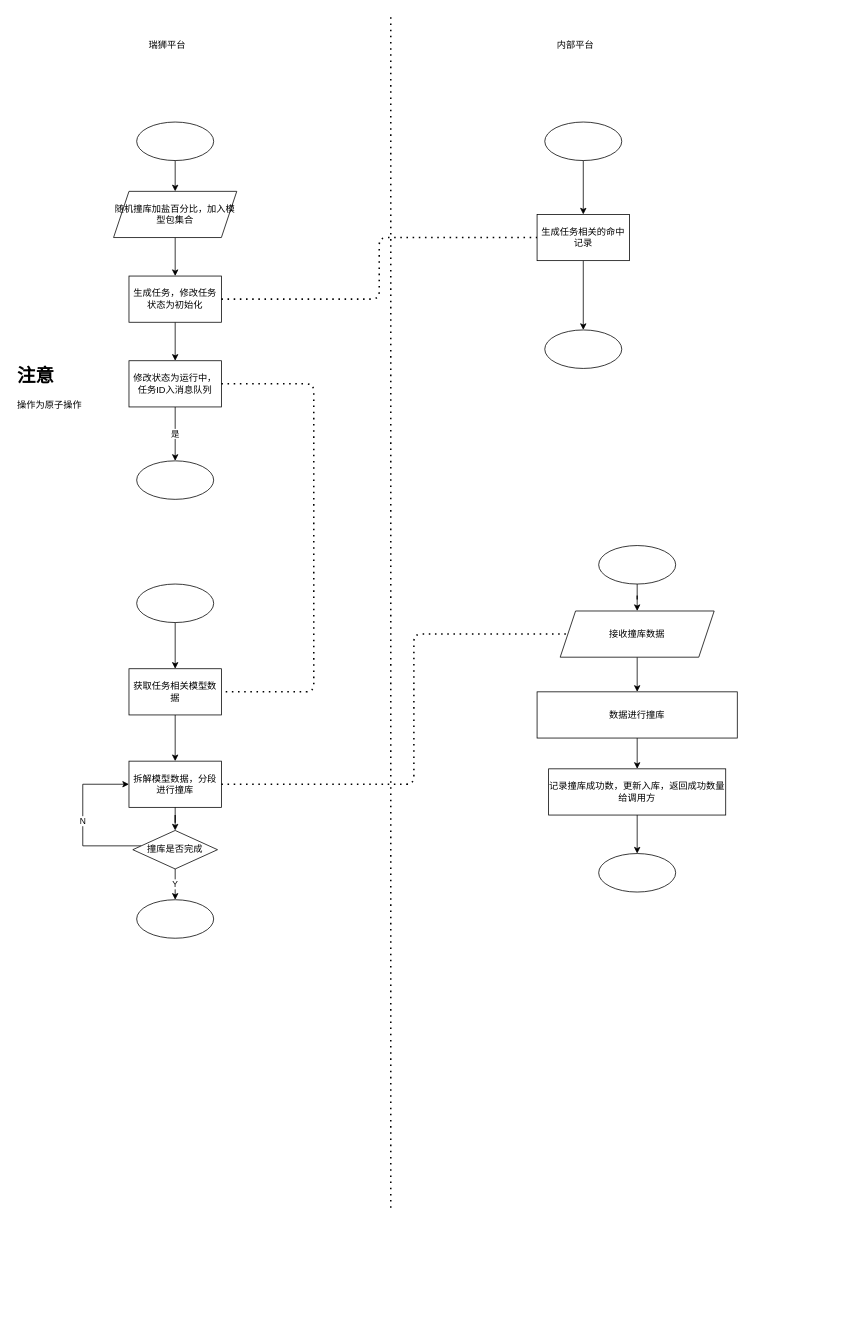
hack0303/draw.io-store keeps this draw.io diagram as 问询任务业务逻辑流程图.drawio. Above is the earlier version. Source tidied: cells renumbered, new cells numbered last; positions are measured from the earlier drawing's top-left corner, leaving out a move shared by most shapes. Both pictures are drawn from the tidied source at 77%, with x=0, y=0 at pixel (13, 14).
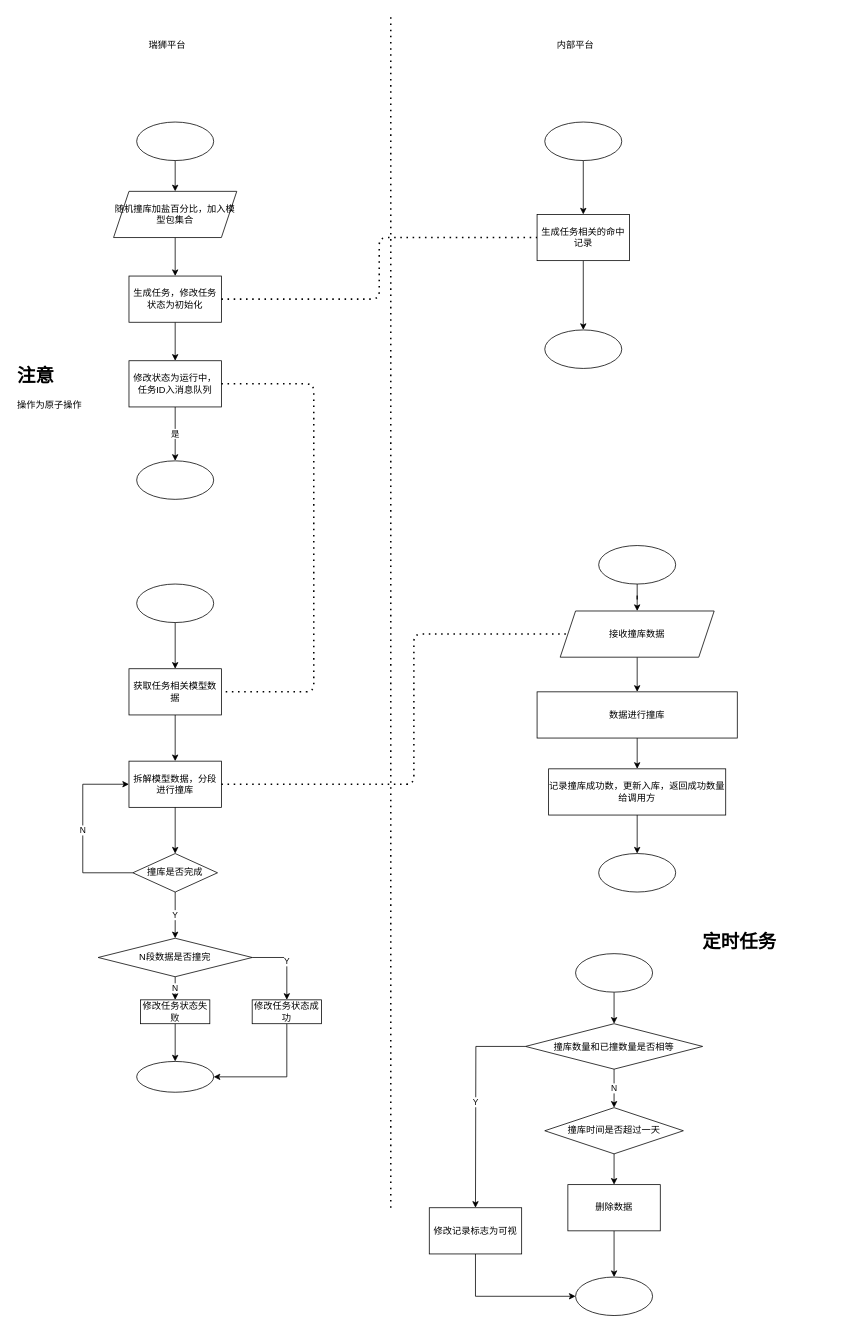
After the change.

Commit message:
Update 问询任务业务逻辑流程图.drawio

Unchanged cells that the change refers to:
```xml
<mxCell id="37" value="拆解模型数据，分段进行撞库" style="rounded=0;whiteSpace=wrap;html=1;" parent="1" vertex="1">
  <mxGeometry x="150" y="970" width="120" height="60" as="geometry" />
</mxCell>
```

Change to the diagram source:
```diff
@@
     <mxCell id="32" style="ellipse;whiteSpace=wrap;html=1;" parent="1" vertex="1">
-      <mxGeometry x="160" y="1150" width="100" height="50" as="geometry" />
+      <mxGeometry x="160" y="1360" width="100" height="40" as="geometry" />
     </mxCell>
@@
-    <mxCell id="36" value="Y" style="edgeStyle=orthogonalEdgeStyle;rounded=0;jettySize=auto;html=1;" parent="1" edge="1" source="40" target="32">
-      <mxGeometry relative="1" as="geometry" />
-    </mxCell>
@@
     <mxCell id="39" value="N" style="edgeStyle=orthogonalEdgeStyle;rounded=0;jettySize=auto;html=1;entryX=0;entryY=0.5;entryDx=0;entryDy=0;" parent="1" edge="1" source="40" target="37">
       <mxGeometry relative="1" as="geometry">
         <Array as="points">
-          <mxPoint x="90" y="1080" />
+          <mxPoint x="90" y="1115" />
           <mxPoint x="90" y="1000" />
         </Array>
       </mxGeometry>
     </mxCell>
+    <mxCell id="42" value="Y" style="edgeStyle=orthogonalEdgeStyle;rounded=0;jettySize=auto;html=1;" parent="1" edge="1" source="40" target="43">
+      <mxGeometry relative="1" as="geometry" />
+    </mxCell>
     <mxCell id="40" value="撞库是否完成" style="rhombus;whiteSpace=wrap;html=1;" parent="1" vertex="1">
-      <mxGeometry x="155" y="1060" width="110" height="50" as="geometry" />
+      <mxGeometry x="155" y="1090" width="110" height="50" as="geometry" />
     </mxCell>
@@
+    <mxCell id="43" value="N段数据是否撞完" style="rhombus;whiteSpace=wrap;html=1;" parent="1" vertex="1">
+      <mxGeometry x="110" y="1200" width="200" height="50" as="geometry" />
+    </mxCell>
+    <mxCell id="44" style="edgeStyle=orthogonalEdgeStyle;rounded=0;jettySize=auto;html=1;" parent="1" edge="1" source="45" target="32">
+      <mxGeometry relative="1" as="geometry" />
+    </mxCell>
+    <mxCell id="45" value="修改任务状态失败" style="rounded=0;whiteSpace=wrap;html=1;" parent="1" vertex="1">
+      <mxGeometry x="165" y="1280" width="90" height="31" as="geometry" />
+    </mxCell>
+    <mxCell id="46" value="N" style="edgeStyle=orthogonalEdgeStyle;rounded=0;jettySize=auto;html=1;" parent="1" edge="1" source="43" target="45">
+      <mxGeometry relative="1" as="geometry" />
+    </mxCell>
+    <mxCell id="47" style="edgeStyle=orthogonalEdgeStyle;rounded=0;jettySize=auto;html=1;entryX=1;entryY=0.5;entryDx=0;entryDy=0;" parent="1" edge="1" source="48" target="32">
+      <mxGeometry relative="1" as="geometry">
+        <Array as="points">
+          <mxPoint x="355" y="1380" />
+        </Array>
+      </mxGeometry>
+    </mxCell>
+    <mxCell id="48" value="修改任务状态成功" style="rounded=0;whiteSpace=wrap;html=1;" parent="1" vertex="1">
+      <mxGeometry x="310" y="1280" width="90" height="31" as="geometry" />
+    </mxCell>
+    <mxCell id="49" value="Y" style="edgeStyle=orthogonalEdgeStyle;rounded=0;jettySize=auto;html=1;exitX=1;exitY=0.5;exitDx=0;exitDy=0;entryX=0.5;entryY=0;entryDx=0;entryDy=0;" parent="1" edge="1" source="43" target="48">
+      <mxGeometry relative="1" as="geometry">
+        <Array as="points">
+          <mxPoint x="355" y="1225" />
+        </Array>
+      </mxGeometry>
+    </mxCell>
+    <mxCell id="50" style="edgeStyle=orthogonalEdgeStyle;rounded=0;jettySize=auto;html=1;" parent="1" edge="1" source="51" target="54">
+      <mxGeometry relative="1" as="geometry" />
+    </mxCell>
+    <mxCell id="51" style="ellipse;whiteSpace=wrap;html=1;" parent="1" vertex="1">
+      <mxGeometry x="730" y="1220" width="100" height="50" as="geometry" />
+    </mxCell>
+    <mxCell id="52" style="ellipse;whiteSpace=wrap;html=1;" parent="1" vertex="1">
+      <mxGeometry x="730" y="1640" width="100" height="50" as="geometry" />
+    </mxCell>
+    <mxCell id="53" value="Y" style="edgeStyle=orthogonalEdgeStyle;rounded=0;jettySize=auto;html=1;" parent="1" edge="1" source="54">
+      <mxGeometry relative="1" as="geometry">
+        <mxPoint x="600" y="1550" as="targetPoint" />
+      </mxGeometry>
+    </mxCell>
+    <mxCell id="54" value="撞库数量和已撞数量是否相等" style="rhombus;whiteSpace=wrap;html=1;" parent="1" vertex="1">
+      <mxGeometry x="665" y="1311" width="230" height="59" as="geometry" />
+    </mxCell>
+    <mxCell id="55" style="edgeStyle=orthogonalEdgeStyle;rounded=0;jettySize=auto;html=1;" parent="1" edge="1" source="58" target="52">
+      <mxGeometry relative="1" as="geometry" />
+    </mxCell>
+    <mxCell id="56" value="撞库时间是否超过一天" style="rhombus;whiteSpace=wrap;html=1;" parent="1" vertex="1">
+      <mxGeometry x="690" y="1420" width="180" height="60" as="geometry" />
+    </mxCell>
+    <mxCell id="57" value="N" style="edgeStyle=orthogonalEdgeStyle;rounded=0;jettySize=auto;html=1;" parent="1" edge="1" source="54" target="56">
+      <mxGeometry relative="1" as="geometry" />
+    </mxCell>
+    <mxCell id="58" value="删除数据" style="rounded=0;whiteSpace=wrap;html=1;" parent="1" vertex="1">
+      <mxGeometry x="720" y="1520" width="120" height="60" as="geometry" />
+    </mxCell>
+    <mxCell id="59" style="edgeStyle=orthogonalEdgeStyle;rounded=0;jettySize=auto;html=1;" parent="1" edge="1" source="56" target="58">
+      <mxGeometry relative="1" as="geometry" />
+    </mxCell>
+    <mxCell id="60" style="edgeStyle=orthogonalEdgeStyle;rounded=0;jettySize=auto;html=1;entryX=0;entryY=0.5;entryDx=0;entryDy=0;" parent="1" edge="1" source="61" target="52">
+      <mxGeometry relative="1" as="geometry">
+        <Array as="points">
+          <mxPoint x="600" y="1665" />
+        </Array>
+      </mxGeometry>
+    </mxCell>
+    <mxCell id="61" value="修改记录标志为可视" style="rounded=0;whiteSpace=wrap;html=1;" parent="1" vertex="1">
+      <mxGeometry x="540" y="1550" width="120" height="60" as="geometry" />
+    </mxCell>
+    <mxCell id="62" value="&lt;h1&gt;定时任务&lt;/h1&gt;" style="text;html=1;strokeColor=none;fillColor=none;spacing=5;spacingTop=-20;whiteSpace=wrap;overflow=hidden;rounded=0;" parent="1" vertex="1">
+      <mxGeometry x="890" y="1185" width="190" height="120" as="geometry" />
+    </mxCell>
```
